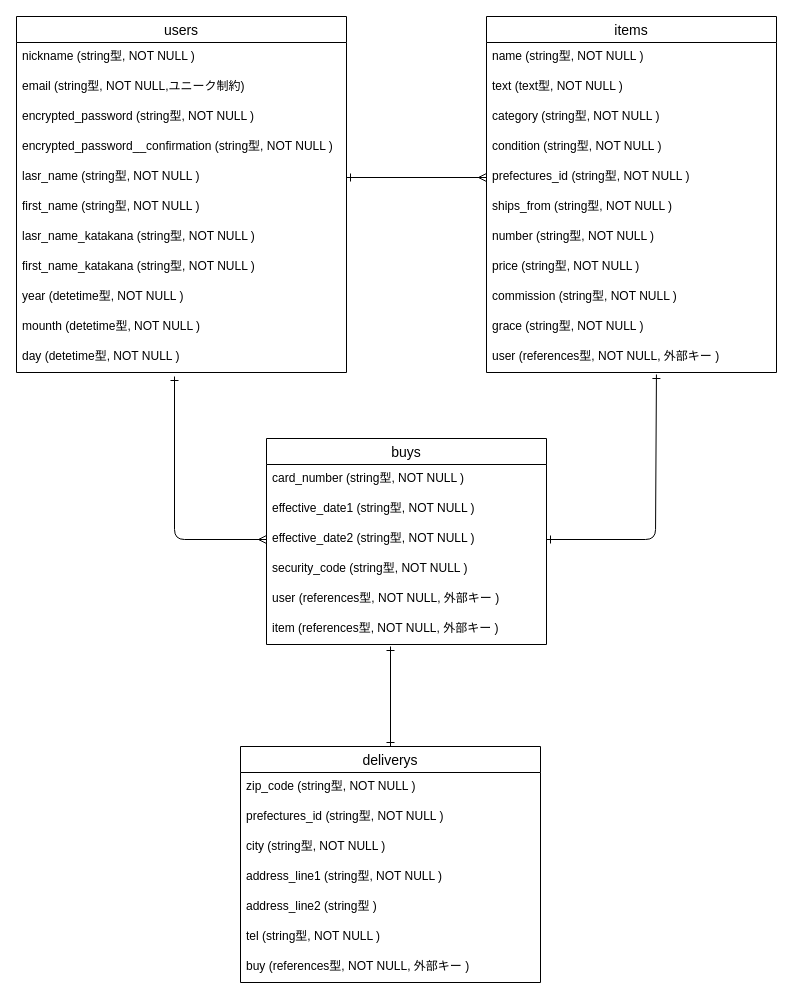
Earlier version of the draw.io diagram furima.dio (Lemon-liq/furima-38117). Source tidied: cells renumbered, new cells numbered last; positions are measured from the earlier drawing's top-left corner, leaving out a move shared by most shapes. Both pictures are drawn from the tidied source at 100%, with x=0, y=0 at pixel (16, 16).
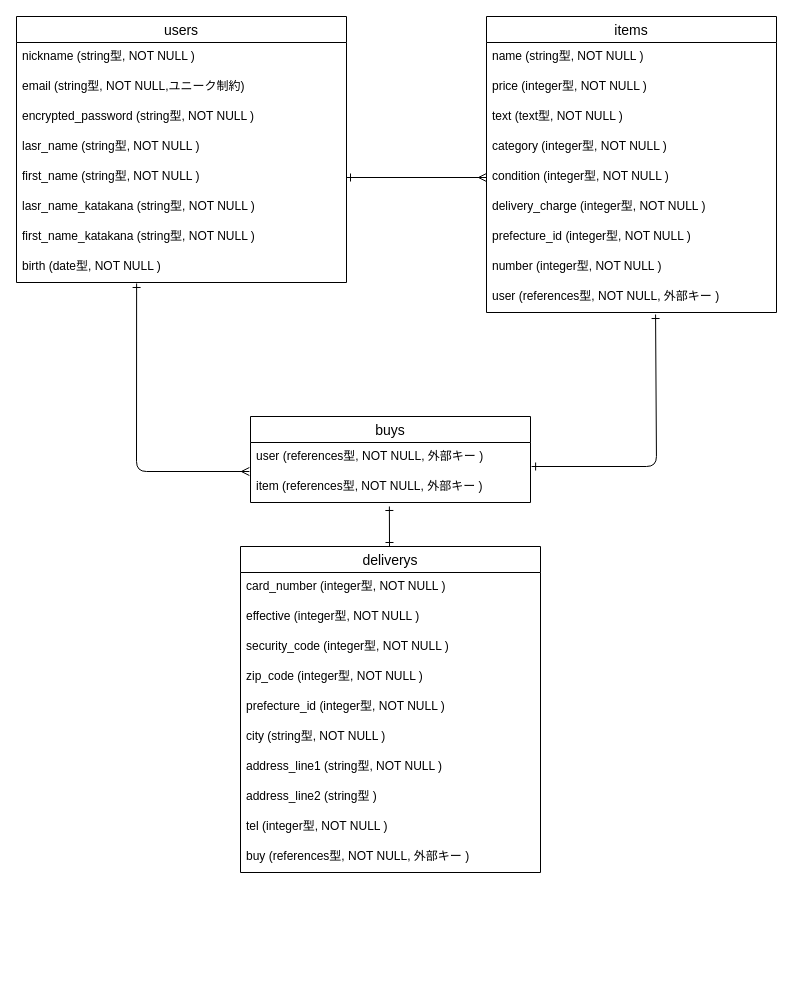
The same page after the edit.

Commit message (it also covers changes not shown here):
データベース設計3

Change to the diagram source:
```diff
@@
     <mxCell id="2" value="users" style="swimlane;fontStyle=0;horizontal=1;startSize=26;align=center;fontSize=14;spacing=2;" parent="1" vertex="1">
-      <mxGeometry width="330" height="356" as="geometry" />
+      <mxGeometry width="330" height="266" as="geometry" />
     </mxCell>
@@
-    <mxCell id="6" value="encrypted_password__confirmation (string型, NOT NULL )" style="text;strokeColor=none;fillColor=none;spacingLeft=4;spacingRight=4;overflow=hidden;fontSize=12;" parent="2" vertex="1">
-      <mxGeometry y="116" width="330" height="30" as="geometry" />
-    </mxCell>
     <mxCell id="7" value="lasr_name (string型, NOT NULL )" style="text;strokeColor=none;fillColor=none;spacingLeft=4;spacingRight=4;overflow=hidden;points=[[0,0.5],[1,0.5]];portConstraint=eastwest;fontSize=12;" parent="2" vertex="1">
-      <mxGeometry y="146" width="330" height="30" as="geometry" />
+      <mxGeometry y="116" width="330" height="30" as="geometry" />
     </mxCell>
     <mxCell id="8" value="first_name (string型, NOT NULL )" style="text;strokeColor=none;fillColor=none;spacingLeft=4;spacingRight=4;overflow=hidden;points=[[0,0.5],[1,0.5]];portConstraint=eastwest;fontSize=12;" parent="2" vertex="1">
-      <mxGeometry y="176" width="330" height="30" as="geometry" />
+      <mxGeometry y="146" width="330" height="30" as="geometry" />
     </mxCell>
     <mxCell id="9" value="lasr_name_katakana (string型, NOT NULL )" style="text;strokeColor=none;fillColor=none;spacingLeft=4;spacingRight=4;overflow=hidden;fontSize=12;" parent="2" vertex="1">
-      <mxGeometry y="206" width="330" height="30" as="geometry" />
+      <mxGeometry y="176" width="330" height="30" as="geometry" />
     </mxCell>
     <mxCell id="10" value="first_name_katakana (string型, NOT NULL )" style="text;strokeColor=none;fillColor=none;spacingLeft=4;spacingRight=4;overflow=hidden;fontSize=12;" parent="2" vertex="1">
-      <mxGeometry y="236" width="330" height="30" as="geometry" />
+      <mxGeometry y="206" width="330" height="30" as="geometry" />
     </mxCell>
-    <mxCell id="11" value="year (detetime型, NOT NULL )" style="text;strokeColor=none;fillColor=none;spacingLeft=4;spacingRight=4;overflow=hidden;fontSize=12;" parent="2" vertex="1">
-      <mxGeometry y="266" width="330" height="30" as="geometry" />
-    </mxCell>
-    <mxCell id="12" value="mounth (detetime型, NOT NULL )" style="text;strokeColor=none;fillColor=none;spacingLeft=4;spacingRight=4;overflow=hidden;fontSize=12;" parent="2" vertex="1">
-      <mxGeometry y="296" width="330" height="30" as="geometry" />
-    </mxCell>
-    <mxCell id="13" value="day (detetime型, NOT NULL )" style="text;strokeColor=none;fillColor=none;spacingLeft=4;spacingRight=4;overflow=hidden;points=[[0,0.5],[1,0.5]];portConstraint=eastwest;fontSize=12;" parent="2" vertex="1">
-      <mxGeometry y="326" width="330" height="30" as="geometry" />
+    <mxCell id="13" value="birth (date型, NOT NULL )" style="text;strokeColor=none;fillColor=none;spacingLeft=4;spacingRight=4;overflow=hidden;points=[[0,0.5],[1,0.5]];portConstraint=eastwest;fontSize=12;" parent="2" vertex="1">
+      <mxGeometry y="236" width="330" height="30" as="geometry" />
     </mxCell>
     <mxCell id="14" value="items" style="swimlane;fontStyle=0;horizontal=1;startSize=26;align=center;fontSize=14;" parent="1" vertex="1">
-      <mxGeometry x="470" width="290" height="356" as="geometry" />
+      <mxGeometry x="470" width="290" height="296" as="geometry" />
     </mxCell>
@@
+    <mxCell id="22" value="price (integer型, NOT NULL )" style="text;strokeColor=none;fillColor=none;spacingLeft=4;spacingRight=4;overflow=hidden;fontSize=12;" parent="14" vertex="1">
+      <mxGeometry y="56" width="290" height="30" as="geometry" />
+    </mxCell>
     <mxCell id="16" value="text (text型, NOT NULL )" style="text;strokeColor=none;fillColor=none;spacingLeft=4;spacingRight=4;overflow=hidden;fontSize=12;" parent="14" vertex="1">
-      <mxGeometry y="56" width="290" height="30" as="geometry" />
+      <mxGeometry y="86" width="290" height="30" as="geometry" />
     </mxCell>
-    <mxCell id="17" value="category (string型, NOT NULL )" style="text;strokeColor=none;fillColor=none;spacingLeft=4;spacingRight=4;overflow=hidden;fontSize=12;" parent="14" vertex="1">
-      <mxGeometry y="86" width="290" height="30" as="geometry" />
+    <mxCell id="17" value="category (integer型, NOT NULL )" style="text;strokeColor=none;fillColor=none;spacingLeft=4;spacingRight=4;overflow=hidden;fontSize=12;" parent="14" vertex="1">
+      <mxGeometry y="116" width="290" height="30" as="geometry" />
     </mxCell>
-    <mxCell id="18" value="condition (string型, NOT NULL )" style="text;strokeColor=none;fillColor=none;spacingLeft=4;spacingRight=4;overflow=hidden;points=[[0,0.5],[1,0.5]];portConstraint=eastwest;fontSize=12;" parent="14" vertex="1">
-      <mxGeometry y="116" width="290" height="30" as="geometry" />
+    <mxCell id="18" value="condition (integer型, NOT NULL )" style="text;strokeColor=none;fillColor=none;spacingLeft=4;spacingRight=4;overflow=hidden;points=[[0,0.5],[1,0.5]];portConstraint=eastwest;fontSize=12;" parent="14" vertex="1">
+      <mxGeometry y="146" width="290" height="30" as="geometry" />
     </mxCell>
+    <mxCell id="20" value="delivery_charge (integer型, NOT NULL )" style="text;strokeColor=none;fillColor=none;spacingLeft=4;spacingRight=4;overflow=hidden;fontSize=12;" parent="14" vertex="1">
+      <mxGeometry y="176" width="290" height="30" as="geometry" />
+    </mxCell>
-    <mxCell id="19" value="prefectures_id (string型, NOT NULL )" style="text;strokeColor=none;fillColor=none;spacingLeft=4;spacingRight=4;overflow=hidden;points=[[0,0.5],[1,0.5]];portConstraint=eastwest;fontSize=12;" parent="14" vertex="1">
-      <mxGeometry y="146" width="290" height="30" as="geometry" />
+    <mxCell id="19" value="prefecture_id (integer型, NOT NULL )" style="text;strokeColor=none;fillColor=none;spacingLeft=4;spacingRight=4;overflow=hidden;points=[[0,0.5],[1,0.5]];portConstraint=eastwest;fontSize=12;" parent="14" vertex="1">
+      <mxGeometry y="206" width="290" height="30" as="geometry" />
     </mxCell>
-    <mxCell id="20" value="ships_from (string型, NOT NULL )" style="text;strokeColor=none;fillColor=none;spacingLeft=4;spacingRight=4;overflow=hidden;fontSize=12;" parent="14" vertex="1">
-      <mxGeometry y="176" width="290" height="30" as="geometry" />
-    </mxCell>
-    <mxCell id="21" value="number (string型, NOT NULL )" style="text;strokeColor=none;fillColor=none;spacingLeft=4;spacingRight=4;overflow=hidden;fontSize=12;" parent="14" vertex="1">
-      <mxGeometry y="206" width="290" height="30" as="geometry" />
+    <mxCell id="21" value="number (integer型, NOT NULL )" style="text;strokeColor=none;fillColor=none;spacingLeft=4;spacingRight=4;overflow=hidden;fontSize=12;" parent="14" vertex="1">
+      <mxGeometry y="236" width="290" height="30" as="geometry" />
     </mxCell>
-    <mxCell id="22" value="price (string型, NOT NULL )" style="text;strokeColor=none;fillColor=none;spacingLeft=4;spacingRight=4;overflow=hidden;fontSize=12;" parent="14" vertex="1">
-      <mxGeometry y="236" width="290" height="30" as="geometry" />
-    </mxCell>
-    <mxCell id="23" value="commission (string型, NOT NULL )" style="text;strokeColor=none;fillColor=none;spacingLeft=4;spacingRight=4;overflow=hidden;fontSize=12;" parent="14" vertex="1">
-      <mxGeometry y="266" width="290" height="30" as="geometry" />
-    </mxCell>
-    <mxCell id="24" value="grace (string型, NOT NULL )" style="text;strokeColor=none;fillColor=none;spacingLeft=4;spacingRight=4;overflow=hidden;fontSize=12;" parent="14" vertex="1">
-      <mxGeometry y="296" width="290" height="30" as="geometry" />
-    </mxCell>
     <mxCell id="25" value="user (references型, NOT NULL, 外部キー )" style="text;strokeColor=none;fillColor=none;spacingLeft=4;spacingRight=4;overflow=hidden;points=[[0,0.5],[1,0.5]];portConstraint=eastwest;fontSize=12;" parent="14" vertex="1">
-      <mxGeometry y="326" width="290" height="30" as="geometry" />
+      <mxGeometry y="266" width="290" height="30" as="geometry" />
     </mxCell>
     <mxCell id="26" value="buys" style="swimlane;fontStyle=0;horizontal=1;startSize=26;align=center;fontSize=14;" parent="1" vertex="1">
-      <mxGeometry x="250" y="422" width="280" height="206" as="geometry" />
+      <mxGeometry x="234" y="400" width="280" height="86" as="geometry" />
     </mxCell>
-    <mxCell id="27" value="card_number (string型, NOT NULL )" style="text;strokeColor=none;fillColor=none;spacingLeft=4;spacingRight=4;overflow=hidden;fontSize=12;" parent="26" vertex="1">
-      <mxGeometry y="26" width="280" height="30" as="geometry" />
-    </mxCell>
-    <mxCell id="28" value="effective_date1 (string型, NOT NULL )" style="text;strokeColor=none;fillColor=none;spacingLeft=4;spacingRight=4;overflow=hidden;fontSize=12;" parent="26" vertex="1">
-      <mxGeometry y="56" width="280" height="30" as="geometry" />
-    </mxCell>
-    <mxCell id="29" value="effective_date2 (string型, NOT NULL )" style="text;strokeColor=none;fillColor=none;spacingLeft=4;spacingRight=4;overflow=hidden;points=[[0,0.5],[1,0.5]];portConstraint=eastwest;fontSize=12;" parent="26" vertex="1">
-      <mxGeometry y="86" width="280" height="30" as="geometry" />
-    </mxCell>
-    <mxCell id="30" value="security_code (string型, NOT NULL )" style="text;strokeColor=none;fillColor=none;spacingLeft=4;spacingRight=4;overflow=hidden;fontSize=12;" parent="26" vertex="1">
-      <mxGeometry y="116" width="280" height="30" as="geometry" />
-    </mxCell>
     <mxCell id="31" value="user (references型, NOT NULL, 外部キー )" style="text;strokeColor=none;fillColor=none;spacingLeft=4;spacingRight=4;overflow=hidden;points=[[0,0.5],[1,0.5]];portConstraint=eastwest;fontSize=12;" parent="26" vertex="1">
-      <mxGeometry y="146" width="280" height="30" as="geometry" />
+      <mxGeometry y="26" width="280" height="30" as="geometry" />
     </mxCell>
     <mxCell id="32" value="item (references型, NOT NULL, 外部キー )" style="text;strokeColor=none;fillColor=none;spacingLeft=4;spacingRight=4;overflow=hidden;points=[[0,0.5],[1,0.5]];portConstraint=eastwest;fontSize=12;" parent="26" vertex="1">
-      <mxGeometry y="176" width="280" height="30" as="geometry" />
+      <mxGeometry y="56" width="280" height="30" as="geometry" />
     </mxCell>
     <mxCell id="33" value="deliverys" style="swimlane;fontStyle=0;horizontal=1;startSize=26;align=center;fontSize=14;" parent="1" vertex="1">
-      <mxGeometry x="224" y="730" width="300" height="236" as="geometry" />
+      <mxGeometry x="224" y="530" width="300" height="326" as="geometry" />
     </mxCell>
+    <mxCell id="45" value="card_number (integer型, NOT NULL )" style="text;strokeColor=none;fillColor=none;spacingLeft=4;spacingRight=4;overflow=hidden;fontSize=12;" parent="33" vertex="1">
+      <mxGeometry y="26" width="300" height="30" as="geometry" />
+    </mxCell>
+    <mxCell id="46" value="effective (integer型, NOT NULL )" style="text;strokeColor=none;fillColor=none;spacingLeft=4;spacingRight=4;overflow=hidden;fontSize=12;" parent="33" vertex="1">
+      <mxGeometry y="56" width="300" height="30" as="geometry" />
+    </mxCell>
+    <mxCell id="47" value="security_code (integer型, NOT NULL )" style="text;strokeColor=none;fillColor=none;spacingLeft=4;spacingRight=4;overflow=hidden;fontSize=12;" parent="33" vertex="1">
+      <mxGeometry y="86" width="300" height="30" as="geometry" />
+    </mxCell>
-    <mxCell id="34" value="zip_code (string型, NOT NULL )" style="text;strokeColor=none;fillColor=none;spacingLeft=4;spacingRight=4;overflow=hidden;fontSize=12;" parent="33" vertex="1">
-      <mxGeometry y="26" width="300" height="30" as="geometry" />
+    <mxCell id="34" value="zip_code (integer型, NOT NULL )" style="text;strokeColor=none;fillColor=none;spacingLeft=4;spacingRight=4;overflow=hidden;fontSize=12;" parent="33" vertex="1">
+      <mxGeometry y="116" width="300" height="30" as="geometry" />
     </mxCell>
-    <mxCell id="35" value="prefectures_id (string型, NOT NULL )" style="text;strokeColor=none;fillColor=none;spacingLeft=4;spacingRight=4;overflow=hidden;fontSize=12;" parent="33" vertex="1">
-      <mxGeometry y="56" width="300" height="30" as="geometry" />
+    <mxCell id="35" value="prefecture_id (integer型, NOT NULL )" style="text;strokeColor=none;fillColor=none;spacingLeft=4;spacingRight=4;overflow=hidden;fontSize=12;" parent="33" vertex="1">
+      <mxGeometry y="146" width="300" height="30" as="geometry" />
     </mxCell>
     <mxCell id="36" value="city (string型, NOT NULL )" style="text;strokeColor=none;fillColor=none;spacingLeft=4;spacingRight=4;overflow=hidden;fontSize=12;" parent="33" vertex="1">
-      <mxGeometry y="86" width="300" height="30" as="geometry" />
+      <mxGeometry y="176" width="300" height="30" as="geometry" />
     </mxCell>
     <mxCell id="37" value="address_line1 (string型, NOT NULL )" style="text;strokeColor=none;fillColor=none;spacingLeft=4;spacingRight=4;overflow=hidden;fontSize=12;" parent="33" vertex="1">
-      <mxGeometry y="116" width="300" height="30" as="geometry" />
+      <mxGeometry y="206" width="300" height="30" as="geometry" />
     </mxCell>
     <mxCell id="38" value="address_line2 (string型 )" style="text;strokeColor=none;fillColor=none;spacingLeft=4;spacingRight=4;overflow=hidden;fontSize=12;" parent="33" vertex="1">
-      <mxGeometry y="146" width="300" height="30" as="geometry" />
+      <mxGeometry y="236" width="300" height="30" as="geometry" />
     </mxCell>
-    <mxCell id="39" value="tel (string型, NOT NULL )" style="text;strokeColor=none;fillColor=none;spacingLeft=4;spacingRight=4;overflow=hidden;fontSize=12;" parent="33" vertex="1">
-      <mxGeometry y="176" width="300" height="30" as="geometry" />
+    <mxCell id="39" value="tel (integer型, NOT NULL )" style="text;strokeColor=none;fillColor=none;spacingLeft=4;spacingRight=4;overflow=hidden;fontSize=12;" parent="33" vertex="1">
+      <mxGeometry y="266" width="300" height="30" as="geometry" />
     </mxCell>
     <mxCell id="40" value="buy (references型, NOT NULL, 外部キー )" style="text;strokeColor=none;fillColor=none;spacingLeft=4;spacingRight=4;overflow=hidden;fontSize=12;" parent="33" vertex="1">
-      <mxGeometry y="206" width="300" height="30" as="geometry" />
+      <mxGeometry y="296" width="300" height="30" as="geometry" />
     </mxCell>
-    <mxCell id="41" style="edgeStyle=none;jumpSize=12;html=1;entryX=0;entryY=0.5;entryDx=0;entryDy=0;endArrow=ERmany;endFill=0;endSize=6;exitX=1;exitY=0.5;exitDx=0;exitDy=0;startArrow=ERone;startFill=0;" parent="1" edge="1" source="7" target="19">
+    <mxCell id="41" style="edgeStyle=none;jumpSize=12;html=1;entryX=0;entryY=0.5;entryDx=0;entryDy=0;endArrow=ERmany;endFill=0;endSize=6;exitX=1;exitY=0.5;exitDx=0;exitDy=0;startArrow=ERone;startFill=0;" parent="1" edge="1" source="8" target="18">
       <mxGeometry relative="1" as="geometry" />
     </mxCell>
-    <mxCell id="42" style="edgeStyle=none;jumpSize=12;html=1;exitX=1;exitY=0.5;exitDx=0;exitDy=0;endArrow=ERone;endFill=0;endSize=6;startArrow=ERone;startFill=0;entryX=0.586;entryY=1.067;entryDx=0;entryDy=0;entryPerimeter=0;" parent="1" edge="1" source="29" target="25">
+    <mxCell id="42" style="edgeStyle=none;jumpSize=12;html=1;exitX=1;exitY=0.5;exitDx=0;exitDy=0;endArrow=ERone;endFill=0;endSize=6;startArrow=ERone;startFill=0;entryX=0.586;entryY=1.067;entryDx=0;entryDy=0;entryPerimeter=0;" parent="1" edge="1" target="25">
       <mxGeometry relative="1" as="geometry">
         <Array as="points">
           <mxPoint x="639" y="523" />
         </Array>
       </mxGeometry>
     </mxCell>
-    <mxCell id="43" style="edgeStyle=none;jumpSize=12;html=1;entryX=0.5;entryY=0;entryDx=0;entryDy=0;startArrow=ERone;startFill=0;endArrow=ERone;endFill=0;endSize=6;" parent="1" edge="1" target="33">
+    <mxCell id="43" style="edgeStyle=none;jumpSize=12;html=1;startArrow=ERone;startFill=0;endArrow=ERone;endFill=0;endSize=6;exitX=0.496;exitY=1.133;exitDx=0;exitDy=0;exitPerimeter=0;" parent="1" edge="1" source="32">
       <mxGeometry relative="1" as="geometry">
-        <mxPoint x="374" y="630" as="sourcePoint" />
+        <mxPoint x="373" y="530" as="targetPoint" />
       </mxGeometry>
     </mxCell>
-    <mxCell id="44" style="edgeStyle=none;jumpSize=12;html=1;entryX=0;entryY=0.5;entryDx=0;entryDy=0;startArrow=ERone;startFill=0;endArrow=ERmany;endFill=0;endSize=6;" parent="1" edge="1" target="29">
+    <mxCell id="44" style="edgeStyle=none;jumpSize=12;html=1;entryX=0;entryY=0.5;entryDx=0;entryDy=0;startArrow=ERone;startFill=0;endArrow=ERmany;endFill=0;endSize=6;" parent="1" edge="1">
       <mxGeometry relative="1" as="geometry">
         <mxPoint x="158" y="360" as="sourcePoint" />
         <Array as="points">
           <mxPoint x="158" y="523" />
         </Array>
       </mxGeometry>
     </mxCell>
+    <mxCell id="48" style="edgeStyle=none;html=1;exitX=0.364;exitY=1.033;exitDx=0;exitDy=0;entryX=-0.004;entryY=-0.033;entryDx=0;entryDy=0;entryPerimeter=0;endArrow=ERmany;endFill=0;startArrow=ERone;startFill=0;exitPerimeter=0;" parent="1" edge="1" source="13" target="32">
+      <mxGeometry relative="1" as="geometry">
+        <Array as="points">
+          <mxPoint x="120" y="455" />
+        </Array>
+      </mxGeometry>
+    </mxCell>
+    <mxCell id="49" style="edgeStyle=none;html=1;exitX=0.583;exitY=1.067;exitDx=0;exitDy=0;entryX=1.004;entryY=0.8;entryDx=0;entryDy=0;entryPerimeter=0;startArrow=ERone;startFill=0;endArrow=ERone;endFill=0;exitPerimeter=0;" parent="1" edge="1" source="25" target="31">
+      <mxGeometry relative="1" as="geometry">
+        <Array as="points">
+          <mxPoint x="640" y="450" />
+        </Array>
+      </mxGeometry>
+    </mxCell>
```
